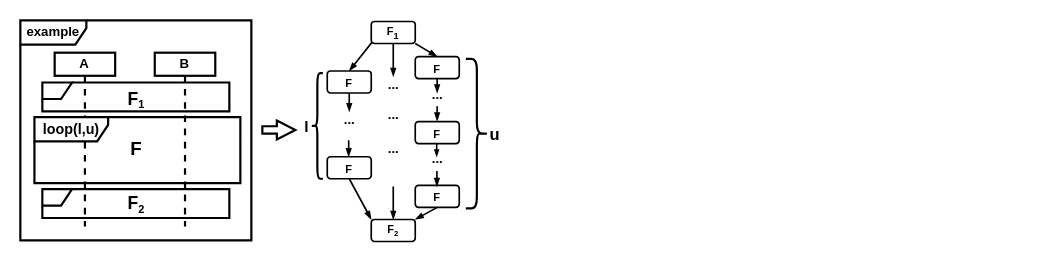
Above: loop.drawio in ShiYufei0708/draw (draw.io), before the change. Source tidied: cells renumbered, new cells numbered last; positions are measured from the earlier drawing's top-left corner, leaving out a move shared by most shapes. Both pictures are drawn from the tidied source at 110%, with x=0, y=0 at pixel (20, 20).
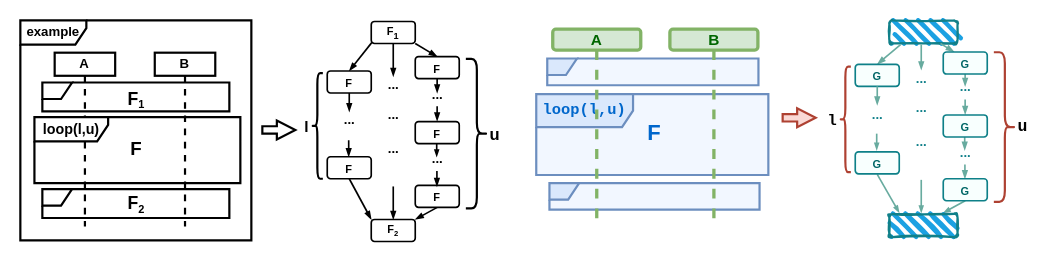
The same diagram, later.

Change to the diagram source:
```diff
@@
+    <mxCell id="41" style="group;" parent="1" vertex="1">
+      <mxGeometry x="469" y="67" width="218" height="73.6" as="geometry" />
+    </mxCell>
+    <mxCell id="42" value="&lt;font face=&quot;Courier New&quot; style=&quot;color: light-dark(rgb(0, 103, 204), rgb(237, 237, 237)); font-size: 14px;&quot;&gt;&lt;b style=&quot;&quot;&gt;loop(l,u)&lt;/b&gt;&lt;/font&gt;" style="shape=umlFrame;whiteSpace=wrap;html=1;width=88;height=30;fillColor=#dae8fc;strokeColor=#6c8ebf;fillStyle=auto;shadow=0;strokeWidth=2;swimlaneFillColor=light-dark(#F2F7FF,#002813);" parent="41" vertex="1">
+      <mxGeometry width="211" height="73.6" as="geometry" />
+    </mxCell>
+    <mxCell id="43" value="&lt;font style=&quot;color: rgb(0, 102, 204); font-size: 20px;&quot;&gt;F&lt;/font&gt;" style="text;html=1;align=center;verticalAlign=middle;strokeColor=none;fillColor=none;fontStyle=1;strokeWidth=2;" parent="41" vertex="1">
+      <mxGeometry x="92" y="16.3" width="30" height="36" as="geometry" />
+    </mxCell>
+    <mxCell id="44" style="shape=umlFrame;whiteSpace=wrap;html=1;width=27;height=15;fillColor=#dae8fc;strokeColor=#6c8ebf;fillStyle=auto;shadow=0;strokeWidth=2;swimlaneFillColor=light-dark(#F2F7FF,#002813);" parent="1" vertex="1">
+      <mxGeometry x="479" y="34.7" width="192" height="24.3" as="geometry" />
+    </mxCell>
+    <mxCell id="45" style="shape=umlFrame;whiteSpace=wrap;html=1;width=27;height=15;fillColor=#dae8fc;strokeColor=#6c8ebf;fillStyle=auto;shadow=0;strokeWidth=2;swimlaneFillColor=light-dark(#F2F7FF,#002813);" parent="1" vertex="1">
+      <mxGeometry x="481" y="148" width="191" height="24" as="geometry" />
+    </mxCell>
+    <mxCell id="46" value="&lt;font face=&quot;Helvetica&quot; style=&quot;color: rgb(0, 102, 0); font-size: 14px;&quot;&gt;&lt;b style=&quot;&quot;&gt;A&lt;/b&gt;&lt;/font&gt;" style="shape=umlLifeline;perimeter=lifelinePerimeter;whiteSpace=wrap;html=1;newEdgeStyle={&quot;curved&quot;:0,&quot;rounded&quot;:0};size=19;fillColor=#d5e8d4;strokeColor=#82b366;strokeWidth=3;rounded=1;shadow=0;" parent="1" vertex="1">
+      <mxGeometry x="484" y="8" width="80" height="175" as="geometry" />
+    </mxCell>
+    <mxCell id="47" value="&lt;font face=&quot;Helvetica&quot; style=&quot;color: rgb(0, 102, 0); font-size: 14px;&quot;&gt;&lt;b style=&quot;&quot;&gt;B&lt;/b&gt;&lt;/font&gt;" style="shape=umlLifeline;perimeter=lifelinePerimeter;whiteSpace=wrap;html=1;newEdgeStyle={&quot;curved&quot;:0,&quot;rounded&quot;:0};size=19;fillColor=#d5e8d4;strokeColor=#82b366;strokeWidth=3;rounded=1;shadow=0;" parent="1" vertex="1">
+      <mxGeometry x="590.5" y="8" width="80" height="175" as="geometry" />
+    </mxCell>
+    <mxCell id="48" style="html=1;shadow=0;dashed=0;align=center;verticalAlign=middle;shape=mxgraph.arrows2.arrow;dy=0.61;dx=16.82;notch=0;strokeWidth=2;fillColor=#fad9d5;strokeColor=#ae4132;" parent="1" vertex="1">
+      <mxGeometry x="693" y="80" width="30" height="17.2" as="geometry" />
+    </mxCell>
+    <mxCell id="49" style="rounded=1;whiteSpace=wrap;html=1;strokeWidth=2;fillWeight=4;hachureGap=8;hachureAngle=45;fillColor=#1ba1e2;sketch=1;strokeColor=light-dark(#108089, #ededed);" parent="1" vertex="1">
+      <mxGeometry x="790" width="62" height="21" as="geometry" />
+    </mxCell>
+    <mxCell id="50" style="rounded=0;jettySize=auto;html=1;exitX=0.029;exitY=0.917;exitDx=0;exitDy=0;fontStyle=1;strokeWidth=1.5;endSize=4;entryX=0.5;entryY=0;entryDx=0;entryDy=0;endArrow=blockThin;endFill=1;exitPerimeter=0;strokeColor=light-dark(#68ab9f, #ededed);" parent="1" edge="1" target="53">
+      <mxGeometry relative="1" as="geometry">
+        <mxPoint x="800.2" y="22" as="sourcePoint" />
+      </mxGeometry>
+    </mxCell>
+    <mxCell id="51" style="rounded=0;orthogonalLoop=1;jettySize=auto;html=1;fontStyle=1;strokeWidth=1.5;endSize=4;endArrow=blockThin;endFill=1;strokeColor=light-dark(#68ab9f, #ededed);" parent="1" edge="1">
+      <mxGeometry relative="1" as="geometry">
+        <mxPoint x="819" y="22" as="sourcePoint" />
+        <mxPoint x="819" y="45" as="targetPoint" />
+      </mxGeometry>
+    </mxCell>
+    <mxCell id="52" style="rounded=0;jettySize=auto;html=1;fontStyle=1;strokeWidth=1.5;endSize=4;endArrow=blockThin;endFill=1;exitX=0.75;exitY=1;exitDx=0;exitDy=0;strokeColor=light-dark(#68ab9f, #ededed);entryX=0.25;entryY=0;entryDx=0;entryDy=0;" parent="1" edge="1" source="49" target="72">
+      <mxGeometry relative="1" as="geometry" />
+    </mxCell>
+    <mxCell id="53" value="&lt;span style=&quot;font-size: 10px;&quot;&gt;&lt;font style=&quot;color: rgb(0, 102, 102);&quot;&gt;G&lt;/font&gt;&lt;/span&gt;&lt;span style=&quot;font-size: 8.33333px;&quot;&gt;&lt;/span&gt;" style="rounded=1;whiteSpace=wrap;html=1;verticalAlign=bottom;fontStyle=1;strokeWidth=1.5;fillColor=light-dark(#f8fffe, #103c3f);strokeColor=#0e8088;" parent="1" vertex="1">
+      <mxGeometry x="759" y="40" width="40" height="20" as="geometry" />
+    </mxCell>
+    <mxCell id="54" style="edgeStyle=orthogonalEdgeStyle;rounded=0;orthogonalLoop=1;jettySize=auto;html=1;exitX=0.5;exitY=1;exitDx=0;exitDy=0;fontStyle=1;strokeWidth=1.5;endSize=3;endArrow=blockThin;endFill=1;strokeColor=light-dark(#68ab9f, #ededed);" parent="1" edge="1">
+      <mxGeometry relative="1" as="geometry">
+        <mxPoint x="778.5" y="103" as="sourcePoint" />
+        <mxPoint x="778.5" y="118" as="targetPoint" />
+      </mxGeometry>
+    </mxCell>
+    <mxCell id="55" style="rounded=0;orthogonalLoop=1;jettySize=auto;html=1;exitX=0.5;exitY=1;exitDx=0;exitDy=0;fontStyle=1;strokeWidth=1.5;endSize=4;endArrow=blockThin;endFill=1;strokeColor=light-dark(#68ab9f, #ededed);" parent="1" edge="1">
+      <mxGeometry relative="1" as="geometry">
+        <mxPoint x="779" y="60" as="sourcePoint" />
+        <mxPoint x="779" y="77" as="targetPoint" />
+      </mxGeometry>
+    </mxCell>
+    <mxCell id="56" style="rounded=0;orthogonalLoop=1;jettySize=auto;html=1;entryX=0;entryY=0;entryDx=0;entryDy=0;exitX=0.5;exitY=1;exitDx=0;exitDy=0;fontStyle=1;strokeWidth=1.5;endSize=3;endArrow=blockThin;endFill=1;strokeColor=light-dark(#68ab9f, #ededed);" parent="1" edge="1">
+      <mxGeometry relative="1" as="geometry">
+        <mxPoint x="779" y="140" as="sourcePoint" />
+        <mxPoint x="799" y="175" as="targetPoint" />
+      </mxGeometry>
+    </mxCell>
+    <mxCell id="57" value="..." style="text;html=1;align=center;verticalAlign=middle;strokeColor=none;fillColor=none;fontStyle=1;strokeWidth=1.5;fontColor=light-dark(#10808a, #ededed);" parent="1" vertex="1">
+      <mxGeometry x="805" y="40" width="28" height="26" as="geometry" />
+    </mxCell>
+    <mxCell id="58" value="..." style="text;html=1;align=center;verticalAlign=middle;strokeColor=none;fillColor=none;fontStyle=1;strokeWidth=1.5;fontColor=light-dark(#10808a, #ededed);" parent="1" vertex="1">
+      <mxGeometry x="805" y="67" width="28" height="26" as="geometry" />
+    </mxCell>
+    <mxCell id="59" style="rounded=0;orthogonalLoop=1;jettySize=auto;html=1;entryX=1;entryY=0;entryDx=0;entryDy=0;exitX=0.5;exitY=1;exitDx=0;exitDy=0;fontStyle=1;strokeWidth=1.5;endSize=3;endArrow=blockThin;endFill=1;strokeColor=light-dark(#68ab9f, #ededed);" parent="1" edge="1">
+      <mxGeometry relative="1" as="geometry">
+        <mxPoint x="859" y="164" as="sourcePoint" />
+        <mxPoint x="839" y="175" as="targetPoint" />
+      </mxGeometry>
+    </mxCell>
+    <mxCell id="60" value="..." style="text;html=1;align=center;verticalAlign=middle;strokeColor=none;fillColor=none;fontStyle=1;strokeWidth=1.5;fontColor=light-dark(#10808a, #ededed);" parent="1" vertex="1">
+      <mxGeometry x="765" y="73" width="28" height="26" as="geometry" />
+    </mxCell>
+    <mxCell id="61" style="rounded=0;orthogonalLoop=1;jettySize=auto;html=1;entryX=0.5;entryY=0;entryDx=0;entryDy=0;fontStyle=1;strokeWidth=1.5;endSize=3;endArrow=blockThin;endFill=1;strokeColor=light-dark(#68ab9f, #ededed);" parent="1" edge="1">
+      <mxGeometry relative="1" as="geometry">
+        <mxPoint x="819" y="145" as="sourcePoint" />
+        <mxPoint x="819" y="175" as="targetPoint" />
+      </mxGeometry>
+    </mxCell>
+    <mxCell id="62" style="rounded=0;orthogonalLoop=1;jettySize=auto;html=1;exitX=0.5;exitY=1;exitDx=0;exitDy=0;entryX=0.5;entryY=0;entryDx=0;entryDy=0;fontStyle=1;strokeWidth=1.5;endSize=4;endArrow=blockThin;endFill=1;strokeColor=light-dark(#68ab9f, #ededed);" parent="1" edge="1">
+      <mxGeometry relative="1" as="geometry">
+        <mxPoint x="858.9" y="47" as="sourcePoint" />
+        <mxPoint x="858.9" y="60" as="targetPoint" />
+      </mxGeometry>
+    </mxCell>
+    <mxCell id="63" style="edgeStyle=orthogonalEdgeStyle;rounded=0;orthogonalLoop=1;jettySize=auto;html=1;exitX=0.5;exitY=1;exitDx=0;exitDy=0;fontStyle=1;strokeWidth=1.5;endSize=4;endArrow=blockThin;endFill=1;strokeColor=light-dark(#68ab9f, #ededed);" parent="1" edge="1">
+      <mxGeometry relative="1" as="geometry">
+        <mxPoint x="858.5" y="106" as="sourcePoint" />
+        <mxPoint x="858.5" y="118" as="targetPoint" />
+      </mxGeometry>
+    </mxCell>
+    <mxCell id="64" style="edgeStyle=orthogonalEdgeStyle;rounded=0;orthogonalLoop=1;jettySize=auto;html=1;exitX=0.5;exitY=1;exitDx=0;exitDy=0;fontStyle=1;strokeWidth=1.5;endSize=4;endArrow=blockThin;endFill=1;strokeColor=light-dark(#68ab9f, #ededed);" parent="1" edge="1">
+      <mxGeometry relative="1" as="geometry">
+        <mxPoint x="858.9" y="72" as="sourcePoint" />
+        <mxPoint x="858.9" y="85.5" as="targetPoint" />
+      </mxGeometry>
+    </mxCell>
+    <mxCell id="65" value="..." style="text;html=1;align=center;verticalAlign=middle;strokeColor=none;fillColor=none;fontStyle=1;strokeWidth=1.5;fontColor=light-dark(#10808a, #ededed);" parent="1" vertex="1">
+      <mxGeometry x="845" y="48" width="28" height="26" as="geometry" />
+    </mxCell>
+    <mxCell id="66" value="..." style="text;html=1;align=center;verticalAlign=middle;strokeColor=none;fillColor=none;fontStyle=1;strokeWidth=1.5;fontColor=light-dark(#10808a, #ededed);" parent="1" vertex="1">
+      <mxGeometry x="845" y="108.2" width="28" height="26" as="geometry" />
+    </mxCell>
+    <mxCell id="67" value="..." style="text;html=1;align=center;verticalAlign=middle;strokeColor=none;fillColor=none;fontStyle=1;strokeWidth=1.5;fontColor=light-dark(#10808a, #ededed);" parent="1" vertex="1">
+      <mxGeometry x="805" y="98" width="28" height="26" as="geometry" />
+    </mxCell>
+    <mxCell id="68" style="shape=curlyBracket;whiteSpace=wrap;html=1;rounded=1;labelPosition=left;verticalLabelPosition=middle;align=right;verticalAlign=middle;strokeWidth=2;fillColor=#fad9d5;strokeColor=#ae4132;" parent="1" vertex="1">
+      <mxGeometry x="745" y="42" width="10" height="96" as="geometry" />
+    </mxCell>
+    <mxCell id="69" value="&lt;font face=&quot;Courier New&quot; size=&quot;1&quot; style=&quot;&quot;&gt;&lt;b style=&quot;font-size: 15px;&quot;&gt;u&lt;/b&gt;&lt;/font&gt;" style="shape=curlyBracket;whiteSpace=wrap;html=1;rounded=1;flipH=1;labelPosition=right;verticalLabelPosition=middle;align=left;verticalAlign=middle;strokeWidth=2;fillColor=#fad9d5;strokeColor=#ae4132;" parent="1" vertex="1">
+      <mxGeometry x="885" y="29" width="20" height="136" as="geometry" />
+    </mxCell>
+    <mxCell id="70" style="rounded=1;whiteSpace=wrap;html=1;strokeWidth=2;fillWeight=4;hachureGap=8;hachureAngle=45;fillColor=#1ba1e2;sketch=1;strokeColor=light-dark(#108089, #ededed);" parent="1" vertex="1">
+      <mxGeometry x="790" y="176" width="62" height="21" as="geometry" />
+    </mxCell>
+    <mxCell id="71" value="&lt;span style=&quot;font-size: 10px;&quot;&gt;&lt;font style=&quot;color: rgb(0, 102, 102);&quot;&gt;G&lt;/font&gt;&lt;/span&gt;&lt;span style=&quot;font-size: 8.33333px;&quot;&gt;&lt;/span&gt;" style="rounded=1;whiteSpace=wrap;html=1;verticalAlign=bottom;fontStyle=1;strokeWidth=1.5;fillColor=light-dark(#f8fffe, #103c3f);strokeColor=#0e8088;" parent="1" vertex="1">
+      <mxGeometry x="759" y="119.6" width="40" height="20" as="geometry" />
+    </mxCell>
+    <mxCell id="72" value="&lt;span style=&quot;font-size: 10px;&quot;&gt;&lt;font style=&quot;color: rgb(0, 102, 102);&quot;&gt;G&lt;/font&gt;&lt;/span&gt;&lt;span style=&quot;font-size: 8.33333px;&quot;&gt;&lt;/span&gt;" style="rounded=1;whiteSpace=wrap;html=1;verticalAlign=bottom;fontStyle=1;strokeWidth=1.5;fillColor=light-dark(#f8fffe, #103c3f);strokeColor=#0e8088;" parent="1" vertex="1">
+      <mxGeometry x="839" y="28.8" width="40" height="20" as="geometry" />
+    </mxCell>
+    <mxCell id="73" value="&lt;span style=&quot;font-size: 10px;&quot;&gt;&lt;font style=&quot;color: rgb(0, 102, 102);&quot;&gt;G&lt;/font&gt;&lt;/span&gt;&lt;span style=&quot;font-size: 8.33333px;&quot;&gt;&lt;/span&gt;" style="rounded=1;whiteSpace=wrap;html=1;verticalAlign=bottom;fontStyle=1;strokeWidth=1.5;fillColor=light-dark(#f8fffe, #103c3f);strokeColor=#0e8088;" parent="1" vertex="1">
+      <mxGeometry x="839" y="86" width="40" height="20" as="geometry" />
+    </mxCell>
+    <mxCell id="74" style="edgeStyle=orthogonalEdgeStyle;rounded=0;orthogonalLoop=1;jettySize=auto;html=1;exitX=0.5;exitY=1;exitDx=0;exitDy=0;fontStyle=1;strokeWidth=1.5;endSize=4;endArrow=blockThin;endFill=1;strokeColor=light-dark(#68ab9f, #ededed);" parent="1" edge="1">
+      <mxGeometry relative="1" as="geometry">
+        <mxPoint x="858.7" y="131" as="sourcePoint" />
+        <mxPoint x="858.7" y="144" as="targetPoint" />
+        <Array as="points">
+          <mxPoint x="859" y="144" />
+        </Array>
+      </mxGeometry>
+    </mxCell>
+    <mxCell id="75" value="&lt;span style=&quot;font-size: 10px;&quot;&gt;&lt;font style=&quot;color: rgb(0, 102, 102);&quot;&gt;G&lt;/font&gt;&lt;/span&gt;&lt;span style=&quot;font-size: 8.33333px;&quot;&gt;&lt;/span&gt;" style="rounded=1;whiteSpace=wrap;html=1;verticalAlign=bottom;fontStyle=1;strokeWidth=1.5;fillColor=light-dark(#f8fffe, #103c3f);strokeColor=#0e8088;" parent="1" vertex="1">
+      <mxGeometry x="839" y="144" width="40" height="20" as="geometry" />
+    </mxCell>
+    <mxCell id="76" value="&lt;b&gt;&lt;font face=&quot;Courier New&quot; style=&quot;font-size: 14px;&quot;&gt;l&lt;/font&gt;&lt;/b&gt;" style="text;html=1;align=center;verticalAlign=middle;strokeColor=none;fillColor=none;" parent="1" vertex="1">
+      <mxGeometry x="725" y="77" width="26" height="29" as="geometry" />
+    </mxCell>
```
